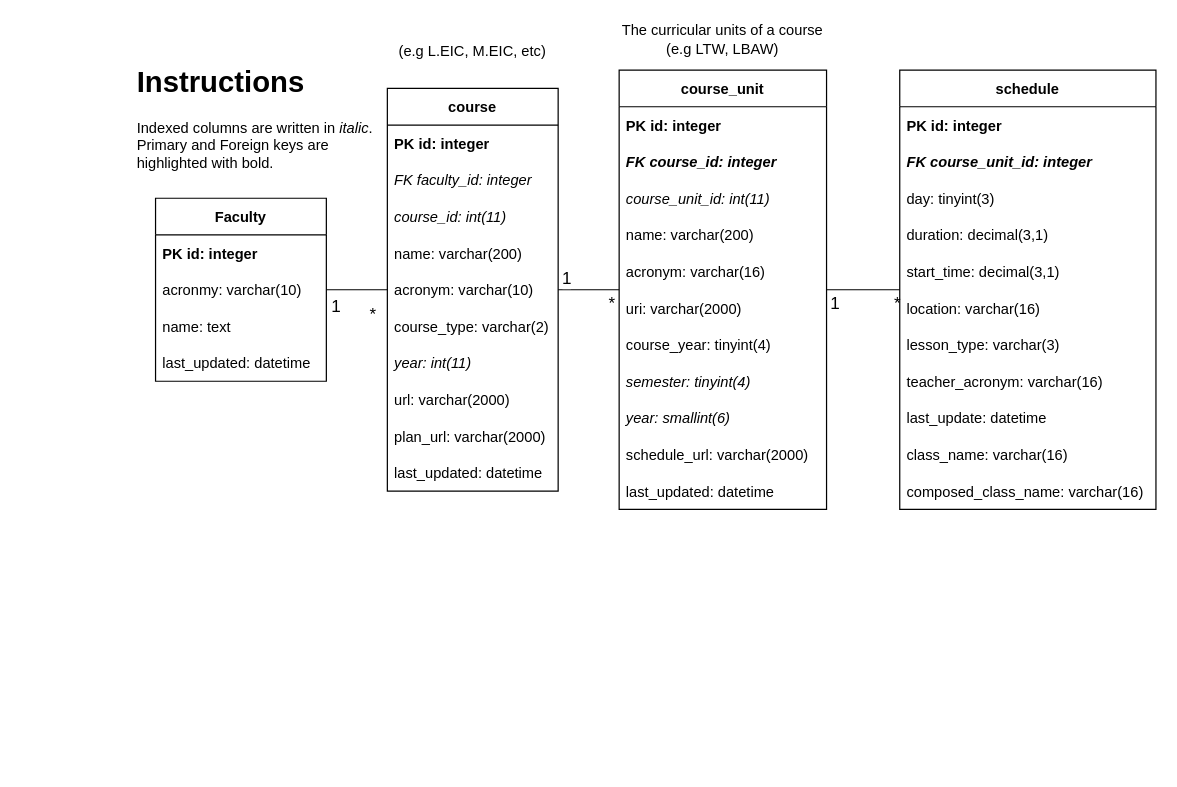
The draw.io diagram docs/schema.drawio in NIAEFEUP/uporto-schedule-scrapper, before the edit. Source tidied: cells renumbered, new cells numbered last; positions are measured from the earlier drawing's top-left corner, leaving out a move shared by most shapes. Both pictures are drawn from the tidied source at 122%, with x=0, y=0 at pixel (131, 21).
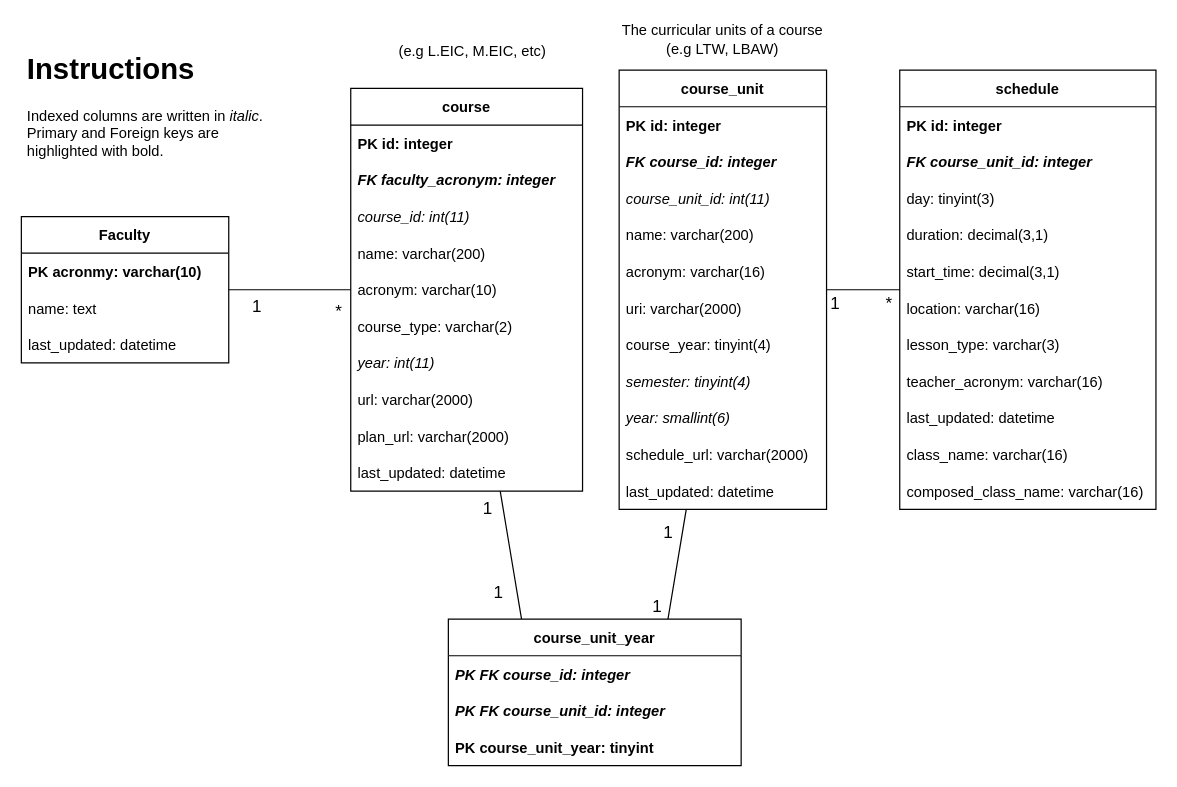
The same page after the edit.

Unchanged cells that the change refers to:
```xml
<mxCell id="5" value="course_unit" style="swimlane;fontStyle=1;horizontal=1;startSize=30;" parent="1" vertex="1">
  <mxGeometry x="400" y="40" width="170" height="360" as="geometry" />
</mxCell>
<mxCell id="19" style="edgeStyle=none;html=1;endArrow=none;endFill=0;" parent="1" edge="1" source="22" target="5">
  <mxGeometry relative="1" as="geometry" />
</mxCell>
<mxCell id="22" value="schedule" style="swimlane;fontStyle=1;horizontal=1;startSize=30;" parent="1" vertex="1">
  <mxGeometry x="630" y="40" width="210" height="360" as="geometry" />
</mxCell>
```

What changed in the source:
```diff
@@
-    <mxCell id="2" style="edgeStyle=none;html=1;endArrow=none;endFill=0;rounded=0;" parent="1" edge="1" source="5" target="34">
-      <mxGeometry relative="1" as="geometry" />
-    </mxCell>
-    <mxCell id="3" value="&lt;font style=&quot;font-size: 14px&quot;&gt;*&lt;/font&gt;" style="edgeLabel;html=1;align=center;verticalAlign=middle;" parent="2" vertex="1">
-      <mxGeometry x="-0.81" relative="1" as="geometry">
-        <mxPoint x="-2" y="10" as="offset" />
-      </mxGeometry>
-    </mxCell>
-    <mxCell id="4" value="1" style="edgeLabel;html=1;align=center;verticalAlign=middle;fontSize=14;" parent="2" vertex="1">
-      <mxGeometry x="0.22" y="3" relative="1" as="geometry">
-        <mxPoint x="-13" y="-13" as="offset" />
-      </mxGeometry>
-    </mxCell>
@@
     <mxCell id="18" value="&lt;h1&gt;Instructions&lt;/h1&gt;&lt;p&gt;Indexed columns are written in &lt;i&gt;italic&lt;/i&gt;. Primary and Foreign keys are highlighted with bold.&amp;nbsp;&lt;span&gt;&amp;nbsp;&lt;/span&gt;&lt;/p&gt;" style="text;html=1;strokeColor=none;fillColor=none;spacing=5;spacingTop=-20;whiteSpace=wrap;overflow=hidden;rounded=0;" parent="1" vertex="1">
-      <mxGeometry y="30" width="210" height="110" as="geometry" />
+      <mxGeometry x="-90" y="20" width="210" height="110" as="geometry" />
     </mxCell>
@@
     <mxCell id="21" value="&lt;font style=&quot;font-size: 14px&quot;&gt;*&lt;/font&gt;" style="edgeLabel;html=1;align=center;verticalAlign=middle;" parent="19" vertex="1">
       <mxGeometry x="-0.73" relative="1" as="geometry">
-        <mxPoint x="5" y="10" as="offset" />
+        <mxPoint x="-2" y="10" as="offset" />
       </mxGeometry>
     </mxCell>
@@
-    <mxCell id="31" value="last_update: datetime" style="text;strokeColor=none;fillColor=none;align=left;verticalAlign=middle;spacingLeft=4;spacingRight=4;overflow=hidden;" parent="22" vertex="1">
+    <mxCell id="31" value="last_updated: datetime" style="text;strokeColor=none;fillColor=none;align=left;verticalAlign=middle;spacingLeft=4;spacingRight=4;overflow=hidden;" parent="22" vertex="1">
       <mxGeometry y="270" width="210" height="30" as="geometry" />
     </mxCell>
@@
     <mxCell id="34" value="course" style="swimlane;fontStyle=1;horizontal=1;startSize=30;" parent="1" vertex="1">
-      <mxGeometry x="210" y="55" width="140" height="330" as="geometry" />
+      <mxGeometry x="180" y="55" width="190" height="330" as="geometry" />
     </mxCell>
     <mxCell id="35" value="PK id: integer" style="text;strokeColor=none;fillColor=none;align=left;verticalAlign=middle;spacingLeft=4;spacingRight=4;overflow=hidden;fontStyle=1;" parent="34" vertex="1">
-      <mxGeometry y="30" width="140" height="30" as="geometry" />
+      <mxGeometry y="30" width="190" height="30" as="geometry" />
     </mxCell>
-    <mxCell id="36" value="FK faculty_id: integer" style="text;strokeColor=none;fillColor=none;align=left;verticalAlign=middle;spacingLeft=4;spacingRight=4;overflow=hidden;fontStyle=2;" parent="34" vertex="1">
-      <mxGeometry y="60" width="140" height="30" as="geometry" />
+    <mxCell id="36" value="FK faculty_acronym: integer" style="text;strokeColor=none;fillColor=none;align=left;verticalAlign=middle;spacingLeft=4;spacingRight=4;overflow=hidden;fontStyle=3;" parent="34" vertex="1">
+      <mxGeometry y="60" width="190" height="30" as="geometry" />
     </mxCell>
     <mxCell id="37" value="course_id: int(11)" style="text;strokeColor=none;fillColor=none;align=left;verticalAlign=middle;spacingLeft=4;spacingRight=4;overflow=hidden;fontStyle=2;" parent="34" vertex="1">
-      <mxGeometry y="90" width="140" height="30" as="geometry" />
+      <mxGeometry y="90" width="190" height="30" as="geometry" />
     </mxCell>
     <mxCell id="38" value="name: varchar(200)" style="text;strokeColor=none;fillColor=none;align=left;verticalAlign=middle;spacingLeft=4;spacingRight=4;overflow=hidden;fontStyle=0;" parent="34" vertex="1">
-      <mxGeometry y="120" width="140" height="30" as="geometry" />
+      <mxGeometry y="120" width="190" height="30" as="geometry" />
     </mxCell>
     <mxCell id="39" value="acronym: varchar(10)" style="text;strokeColor=none;fillColor=none;align=left;verticalAlign=middle;spacingLeft=4;spacingRight=4;overflow=hidden;fontStyle=0;" parent="34" vertex="1">
-      <mxGeometry y="150" width="140" height="30" as="geometry" />
+      <mxGeometry y="150" width="190" height="30" as="geometry" />
     </mxCell>
     <mxCell id="40" value="course_type: varchar(2)" style="text;strokeColor=none;fillColor=none;align=left;verticalAlign=middle;spacingLeft=4;spacingRight=4;overflow=hidden;fontStyle=0;" parent="34" vertex="1">
-      <mxGeometry y="180" width="140" height="30" as="geometry" />
+      <mxGeometry y="180" width="190" height="30" as="geometry" />
     </mxCell>
     <mxCell id="41" value="year: int(11)" style="text;strokeColor=none;fillColor=none;align=left;verticalAlign=middle;spacingLeft=4;spacingRight=4;overflow=hidden;fontStyle=2;" parent="34" vertex="1">
-      <mxGeometry y="210" width="140" height="30" as="geometry" />
+      <mxGeometry y="210" width="190" height="30" as="geometry" />
     </mxCell>
     <mxCell id="42" value="url: varchar(2000)" style="text;strokeColor=none;fillColor=none;align=left;verticalAlign=middle;spacingLeft=4;spacingRight=4;overflow=hidden;fontStyle=0;" parent="34" vertex="1">
-      <mxGeometry y="240" width="140" height="30" as="geometry" />
+      <mxGeometry y="240" width="190" height="30" as="geometry" />
     </mxCell>
     <mxCell id="43" value="plan_url: varchar(2000)" style="text;strokeColor=none;fillColor=none;align=left;verticalAlign=middle;spacingLeft=4;spacingRight=4;overflow=hidden;fontStyle=0;" parent="34" vertex="1">
-      <mxGeometry y="270" width="140" height="30" as="geometry" />
+      <mxGeometry y="270" width="190" height="30" as="geometry" />
     </mxCell>
     <mxCell id="44" value="last_updated: datetime" style="text;strokeColor=none;fillColor=none;align=left;verticalAlign=middle;spacingLeft=4;spacingRight=4;overflow=hidden;fontStyle=0;" parent="34" vertex="1">
-      <mxGeometry y="300" width="140" height="30" as="geometry" />
+      <mxGeometry y="300" width="190" height="30" as="geometry" />
     </mxCell>
@@
     <mxCell id="48" value="Faculty" style="swimlane;fontStyle=1;horizontal=1;startSize=30;" parent="1" vertex="1">
-      <mxGeometry x="20" y="145" width="140" height="150" as="geometry" />
+      <mxGeometry x="-90" y="160" width="170" height="120" as="geometry" />
     </mxCell>
-    <mxCell id="49" value="PK id: integer" style="text;strokeColor=none;fillColor=none;align=left;verticalAlign=middle;spacingLeft=4;spacingRight=4;overflow=hidden;fontStyle=1;" parent="48" vertex="1">
-      <mxGeometry y="30" width="140" height="30" as="geometry" />
-    </mxCell>
-    <mxCell id="50" value="acronmy: varchar(10)" style="text;strokeColor=none;fillColor=none;align=left;verticalAlign=middle;spacingLeft=4;spacingRight=4;overflow=hidden;fontStyle=0;" parent="48" vertex="1">
-      <mxGeometry y="60" width="140" height="30" as="geometry" />
+    <mxCell id="50" value="PK acronmy: varchar(10)" style="text;strokeColor=none;fillColor=none;align=left;verticalAlign=middle;spacingLeft=4;spacingRight=4;overflow=hidden;fontStyle=1;" parent="48" vertex="1">
+      <mxGeometry y="30" width="170" height="30" as="geometry" />
     </mxCell>
     <mxCell id="51" value="name: text" style="text;strokeColor=none;fillColor=none;align=left;verticalAlign=middle;spacingLeft=4;spacingRight=4;overflow=hidden;fontStyle=0;" parent="48" vertex="1">
-      <mxGeometry y="90" width="140" height="30" as="geometry" />
+      <mxGeometry y="60" width="170" height="30" as="geometry" />
     </mxCell>
     <mxCell id="52" value="last_updated: datetime" style="text;strokeColor=none;fillColor=none;align=left;verticalAlign=middle;spacingLeft=4;spacingRight=4;overflow=hidden;fontStyle=0;" parent="48" vertex="1">
-      <mxGeometry y="120" width="140" height="30" as="geometry" />
+      <mxGeometry y="90" width="170" height="30" as="geometry" />
     </mxCell>
     <mxCell id="53" value="*" style="edgeLabel;html=1;align=center;verticalAlign=middle;fontSize=14;" parent="1" vertex="1">
-      <mxGeometry x="200" y="236" as="geometry">
+      <mxGeometry x="172" y="234" as="geometry">
         <mxPoint x="-3" y="3" as="offset" />
       </mxGeometry>
     </mxCell>
+    <mxCell id="54" value="course_unit_year" style="swimlane;fontStyle=1;horizontal=1;startSize=30;" parent="1" vertex="1">
+      <mxGeometry x="260" y="490" width="240" height="120" as="geometry" />
+    </mxCell>
+    <mxCell id="55" value="PK FK course_id: integer" style="text;strokeColor=none;fillColor=none;align=left;verticalAlign=middle;spacingLeft=4;spacingRight=4;overflow=hidden;fontStyle=3;" parent="54" vertex="1">
+      <mxGeometry y="30" width="240" height="30" as="geometry" />
+    </mxCell>
+    <mxCell id="56" value="PK FK course_unit_id: integer" style="text;strokeColor=none;fillColor=none;align=left;verticalAlign=middle;spacingLeft=4;spacingRight=4;overflow=hidden;fontStyle=3;" parent="54" vertex="1">
+      <mxGeometry y="60" width="240" height="30" as="geometry" />
+    </mxCell>
+    <mxCell id="57" value="PK course_unit_year: tinyint" style="text;strokeColor=none;fillColor=none;align=left;verticalAlign=middle;spacingLeft=4;spacingRight=4;overflow=hidden;fontStyle=1;" parent="54" vertex="1">
+      <mxGeometry y="90" width="240" height="30" as="geometry" />
+    </mxCell>
+    <mxCell id="58" style="endArrow=none;html=1;rounded=0;exitX=0.25;exitY=0;exitDx=0;exitDy=0;" parent="1" edge="1" source="54" target="34">
+      <mxGeometry relative="1" as="geometry" />
+    </mxCell>
+    <mxCell id="59" value="1" style="edgeLabel;html=1;align=center;verticalAlign=middle;fontSize=14;" parent="58" vertex="1">
+      <mxGeometry x="0.74" relative="1" as="geometry">
+        <mxPoint x="-13" as="offset" />
+      </mxGeometry>
+    </mxCell>
+    <mxCell id="60" value="1" style="edgeLabel;html=1;align=center;verticalAlign=middle;fontSize=14;" parent="58" vertex="1">
+      <mxGeometry x="-0.59" y="-2" relative="1" as="geometry">
+        <mxPoint x="-18" as="offset" />
+      </mxGeometry>
+    </mxCell>
+    <mxCell id="61" style="endArrow=none;html=1;rounded=0;exitX=0.75;exitY=0;exitDx=0;exitDy=0;" parent="1" edge="1" source="54" target="5">
+      <mxGeometry relative="1" as="geometry" />
+    </mxCell>
+    <mxCell id="62" value="1" style="edgeLabel;html=1;align=center;verticalAlign=middle;fontSize=14;" parent="61" vertex="1">
+      <mxGeometry x="0.6" y="-1" relative="1" as="geometry">
+        <mxPoint x="-13" as="offset" />
+      </mxGeometry>
+    </mxCell>
+    <mxCell id="63" value="1" style="edgeLabel;html=1;align=center;verticalAlign=middle;fontSize=14;" parent="61" vertex="1">
+      <mxGeometry x="-0.61" y="3" relative="1" as="geometry">
+        <mxPoint x="-10" y="8" as="offset" />
+      </mxGeometry>
+    </mxCell>
```
